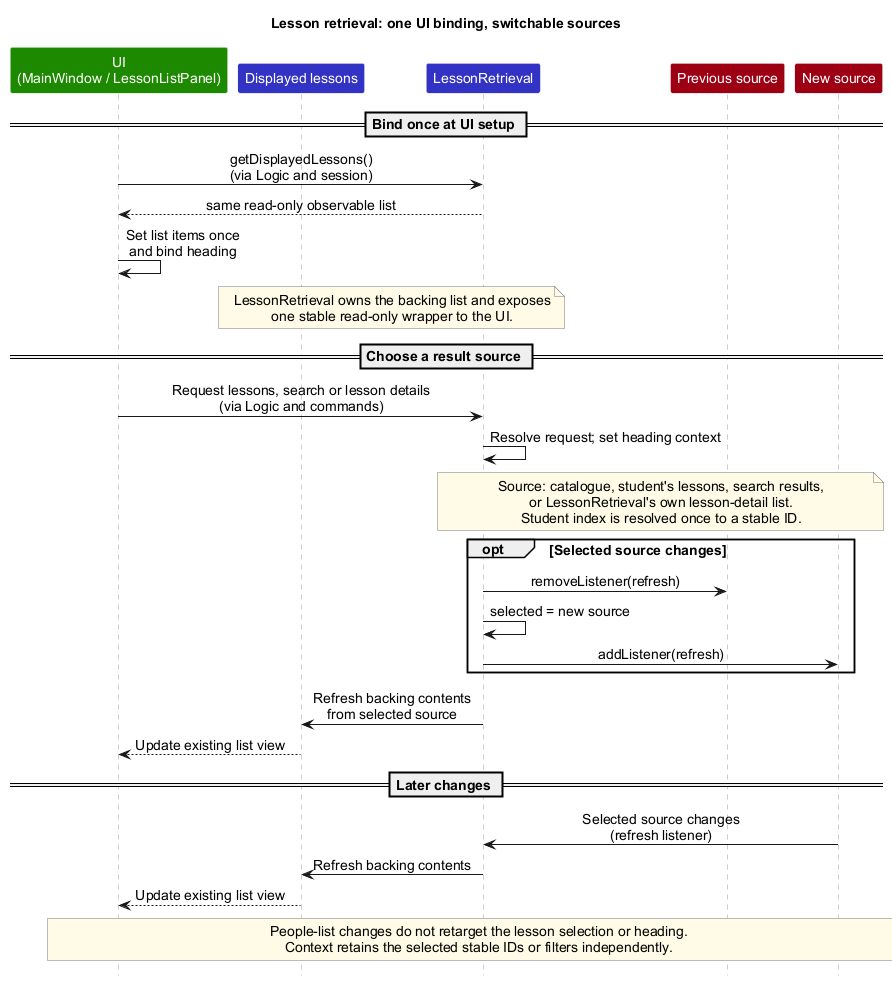
Above: docs/images/LessonRetrieval.png in AY2627S1-CS2103T-F13-3/tp (PlantUML), before the change.
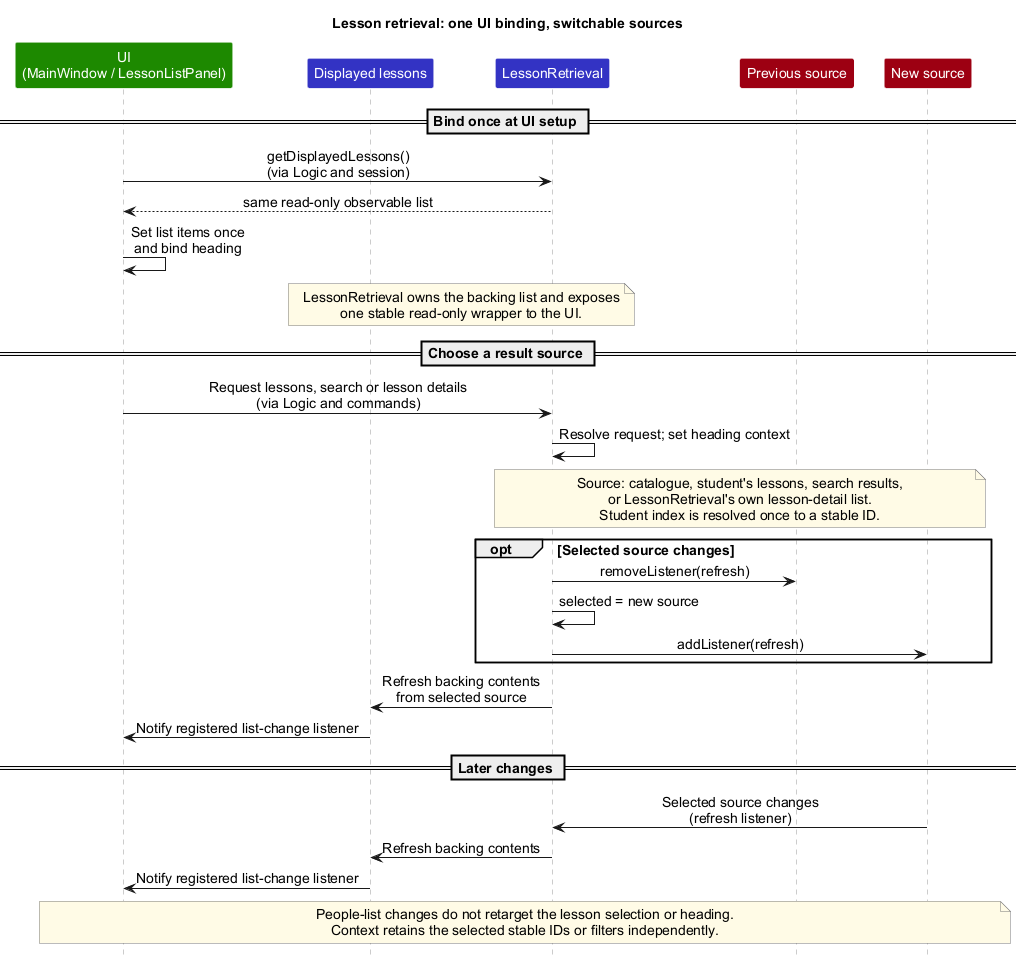
After the commit.

Commit message:
Correct lesson callbacks and reproduce the render

The edit, as a diff of the source:
```diff
@@ -46,12 +46,12 @@
 end
 
 Retrieval -> Displayed : Refresh backing contents\nfrom selected source
-Displayed --> UI : Update existing list view
+Displayed -> UI : Notify registered list-change listener
 
 == Later changes ==
 Next -> Retrieval : Selected source changes\n(refresh listener)
 Retrieval -> Displayed : Refresh backing contents
-Displayed --> UI : Update existing list view
+Displayed -> UI : Notify registered list-change listener
 
 note over UI, Next
   People-list changes do not retarget the lesson selection or heading.
```
